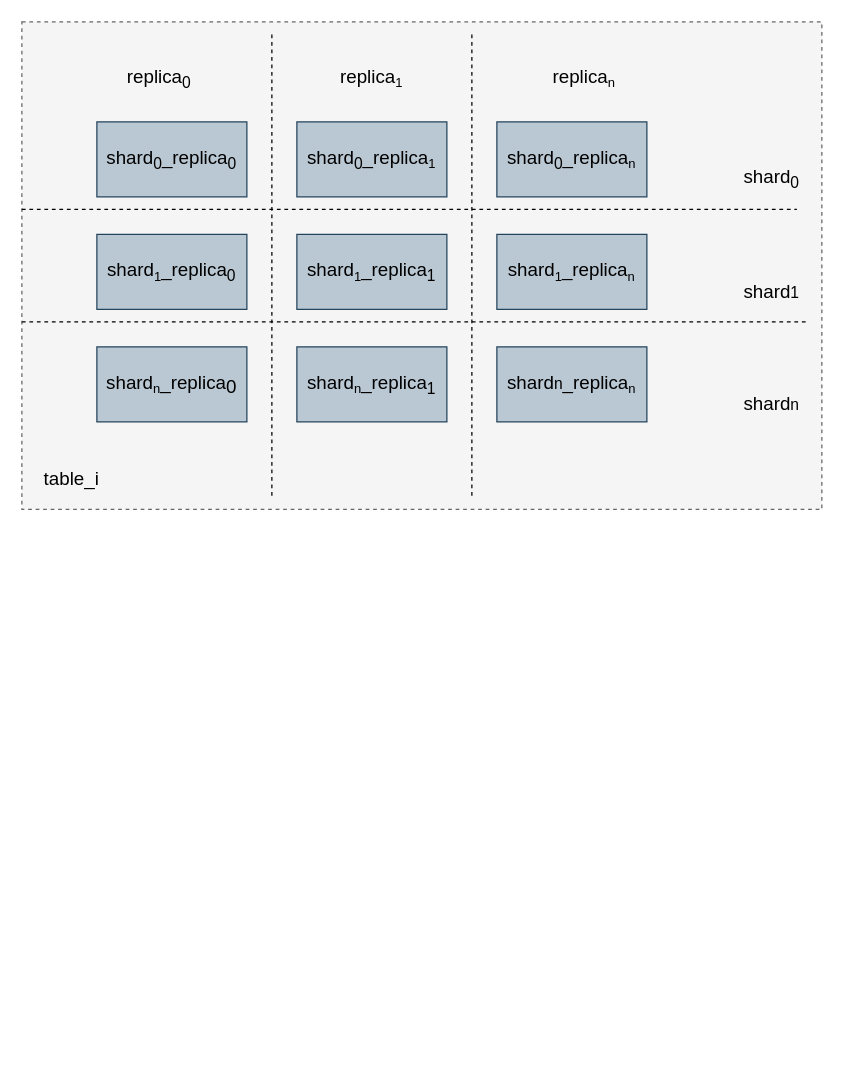
Above: vsearch.drawio in johnsondeng/drawio (draw.io), before the change. Source tidied: cells renumbered, new cells numbered last; positions are measured from the earlier drawing's top-left corner, leaving out a move shared by most shapes. Both pictures are drawn from the tidied source at 125%, with x=0, y=0 at pixel (21, 21).
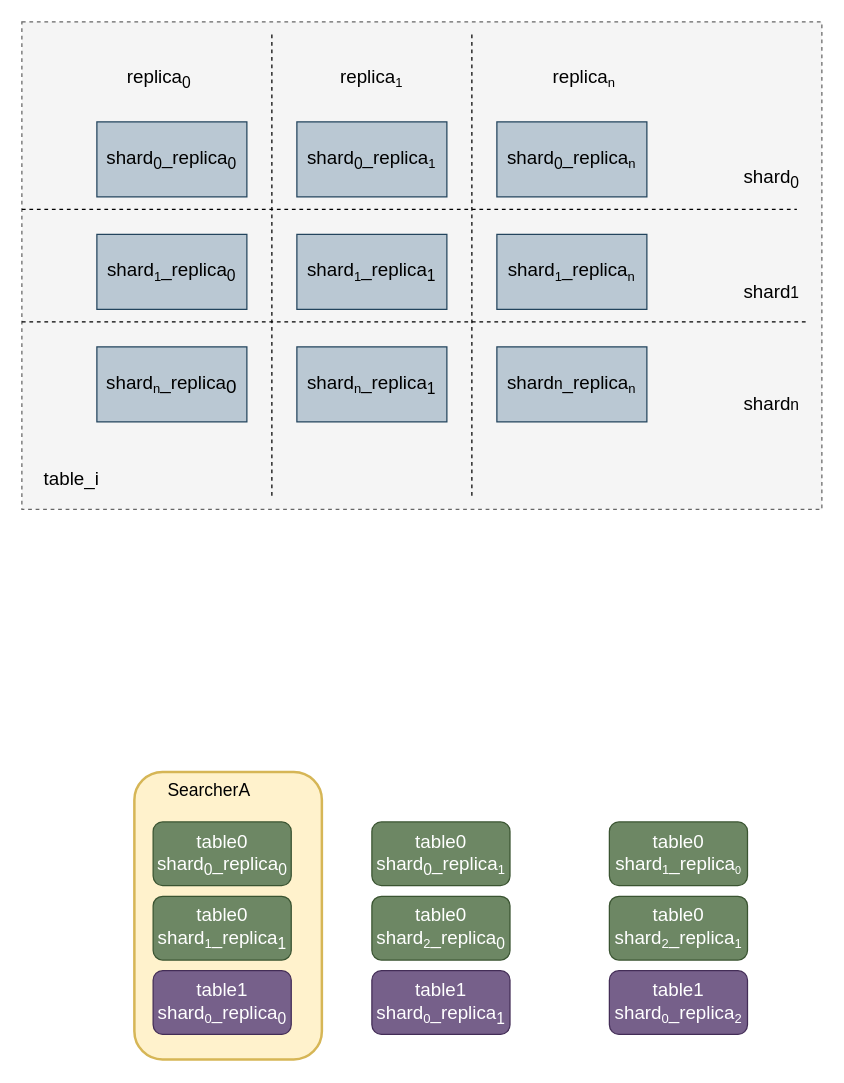
After the change.

Diff of the diagram source:
```diff
@@
+    <mxCell id="23" style="rounded=1;whiteSpace=wrap;html=1;strokeWidth=2;fillColor=#fff2cc;strokeColor=#d6b656;" parent="1" vertex="1">
+      <mxGeometry x="90" y="600" width="150" height="230" as="geometry" />
+    </mxCell>
@@
+    <mxCell id="24" value="&lt;font style=&quot;font-size: 15px&quot;&gt;table0&lt;br&gt;shard&lt;sub&gt;0&lt;/sub&gt;_replica&lt;sub&gt;0&lt;/sub&gt;&lt;/font&gt;" style="rounded=1;whiteSpace=wrap;html=1;fillColor=#6d8764;strokeColor=#3A5431;fontColor=#ffffff;" parent="1" vertex="1">
+      <mxGeometry x="105" y="640" width="110.5" height="51" as="geometry" />
+    </mxCell>
+    <mxCell id="25" value="&lt;font style=&quot;font-size: 15px&quot;&gt;table0&lt;br&gt;shard&lt;/font&gt;&lt;font&gt;&lt;span style=&quot;font-size: 12.5px&quot;&gt;&lt;sub&gt;1&lt;/sub&gt;&lt;/span&gt;&lt;span style=&quot;font-size: 15px&quot;&gt;_replica&lt;/span&gt;&lt;span style=&quot;font-size: 15px&quot;&gt;&lt;sub&gt;1&lt;/sub&gt;&lt;/span&gt;&lt;/font&gt;" style="rounded=1;whiteSpace=wrap;html=1;fillColor=#6d8764;strokeColor=#3A5431;fontColor=#ffffff;" parent="1" vertex="1">
+      <mxGeometry x="105" y="699.5" width="110.5" height="51" as="geometry" />
+    </mxCell>
+    <mxCell id="26" value="&lt;font style=&quot;font-size: 15px&quot;&gt;table1&lt;br&gt;shard&lt;/font&gt;&lt;font style=&quot;font-size: 12.5px&quot;&gt;&lt;sub&gt;0&lt;/sub&gt;&lt;/font&gt;&lt;font&gt;&lt;span style=&quot;font-size: 15px&quot;&gt;_replica&lt;sub&gt;0&lt;/sub&gt;&lt;/span&gt;&lt;/font&gt;" style="rounded=1;whiteSpace=wrap;html=1;fillColor=#76608a;strokeColor=#432D57;fontColor=#ffffff;" parent="1" vertex="1">
+      <mxGeometry x="105" y="759" width="110.5" height="51" as="geometry" />
+    </mxCell>
+    <mxCell id="27" value="&lt;font style=&quot;font-size: 15px&quot;&gt;table0&lt;br&gt;shard&lt;sub&gt;0&lt;/sub&gt;_replica&lt;/font&gt;&lt;font style=&quot;font-size: 12.5px&quot;&gt;&lt;sub&gt;1&lt;/sub&gt;&lt;/font&gt;" style="rounded=1;whiteSpace=wrap;html=1;fillColor=#6d8764;strokeColor=#3A5431;fontColor=#ffffff;" parent="1" vertex="1">
+      <mxGeometry x="280" y="640" width="110.5" height="51" as="geometry" />
+    </mxCell>
+    <mxCell id="28" value="&lt;font style=&quot;font-size: 15px&quot;&gt;table0&lt;br&gt;shard&lt;/font&gt;&lt;font style=&quot;font-size: 12.5px&quot;&gt;&lt;sub&gt;2&lt;/sub&gt;&lt;/font&gt;&lt;font&gt;&lt;span style=&quot;font-size: 15px&quot;&gt;_replica&lt;sub&gt;0&lt;/sub&gt;&lt;/span&gt;&lt;/font&gt;" style="rounded=1;whiteSpace=wrap;html=1;fillColor=#6d8764;strokeColor=#3A5431;fontColor=#ffffff;" parent="1" vertex="1">
+      <mxGeometry x="280" y="699.5" width="110.5" height="51" as="geometry" />
+    </mxCell>
+    <mxCell id="29" value="&lt;font style=&quot;font-size: 15px&quot;&gt;table1&lt;br&gt;shard&lt;/font&gt;&lt;font&gt;&lt;span style=&quot;font-size: 12.5px&quot;&gt;&lt;sub&gt;0&lt;/sub&gt;&lt;/span&gt;&lt;span style=&quot;font-size: 15px&quot;&gt;_replica&lt;sub&gt;1&lt;/sub&gt;&lt;/span&gt;&lt;/font&gt;" style="rounded=1;whiteSpace=wrap;html=1;fillColor=#76608a;strokeColor=#432D57;fontColor=#ffffff;" parent="1" vertex="1">
+      <mxGeometry x="280" y="759" width="110.5" height="51" as="geometry" />
+    </mxCell>
+    <mxCell id="30" value="&lt;font style=&quot;font-size: 15px&quot;&gt;table0&lt;br&gt;shard&lt;/font&gt;&lt;font&gt;&lt;span style=&quot;font-size: 12.5px&quot;&gt;&lt;sub&gt;1&lt;/sub&gt;&lt;/span&gt;&lt;span style=&quot;font-size: 15px&quot;&gt;_replica&lt;/span&gt;&lt;/font&gt;&lt;font style=&quot;font-size: 10.4167px&quot;&gt;&lt;sub&gt;0&lt;/sub&gt;&lt;/font&gt;" style="rounded=1;whiteSpace=wrap;html=1;fillColor=#6d8764;strokeColor=#3A5431;fontColor=#ffffff;" parent="1" vertex="1">
+      <mxGeometry x="470" y="640" width="110.5" height="51" as="geometry" />
+    </mxCell>
+    <mxCell id="31" value="&lt;font style=&quot;font-size: 15px&quot;&gt;table0&lt;br&gt;shard&lt;/font&gt;&lt;font&gt;&lt;span style=&quot;font-size: 12.5px&quot;&gt;&lt;sub&gt;2&lt;/sub&gt;&lt;/span&gt;&lt;span style=&quot;font-size: 15px&quot;&gt;_replica&lt;/span&gt;&lt;span style=&quot;font-size: 12.5px&quot;&gt;&lt;sub&gt;1&lt;/sub&gt;&lt;/span&gt;&lt;/font&gt;" style="rounded=1;whiteSpace=wrap;html=1;fillColor=#6d8764;strokeColor=#3A5431;fontColor=#ffffff;" parent="1" vertex="1">
+      <mxGeometry x="470" y="699.5" width="110.5" height="51" as="geometry" />
+    </mxCell>
+    <mxCell id="32" value="&lt;font style=&quot;font-size: 15px&quot;&gt;table1&lt;br&gt;shard&lt;/font&gt;&lt;font style=&quot;font-size: 12.5px&quot;&gt;&lt;sub&gt;0&lt;/sub&gt;&lt;/font&gt;&lt;font&gt;&lt;span style=&quot;font-size: 15px&quot;&gt;_replica&lt;/span&gt;&lt;span style=&quot;font-size: 12.5px&quot;&gt;&lt;sub&gt;2&lt;/sub&gt;&lt;/span&gt;&lt;/font&gt;" style="rounded=1;whiteSpace=wrap;html=1;fillColor=#76608a;strokeColor=#432D57;fontColor=#ffffff;" parent="1" vertex="1">
+      <mxGeometry x="470" y="759" width="110.5" height="51" as="geometry" />
+    </mxCell>
+    <mxCell id="33" value="SearcherA" style="text;html=1;strokeColor=none;fillColor=none;align=center;verticalAlign=middle;whiteSpace=wrap;rounded=0;strokeWidth=1;fontSize=14;" parent="1" vertex="1">
+      <mxGeometry x="120" y="600" width="60" height="30" as="geometry" />
+    </mxCell>
```
